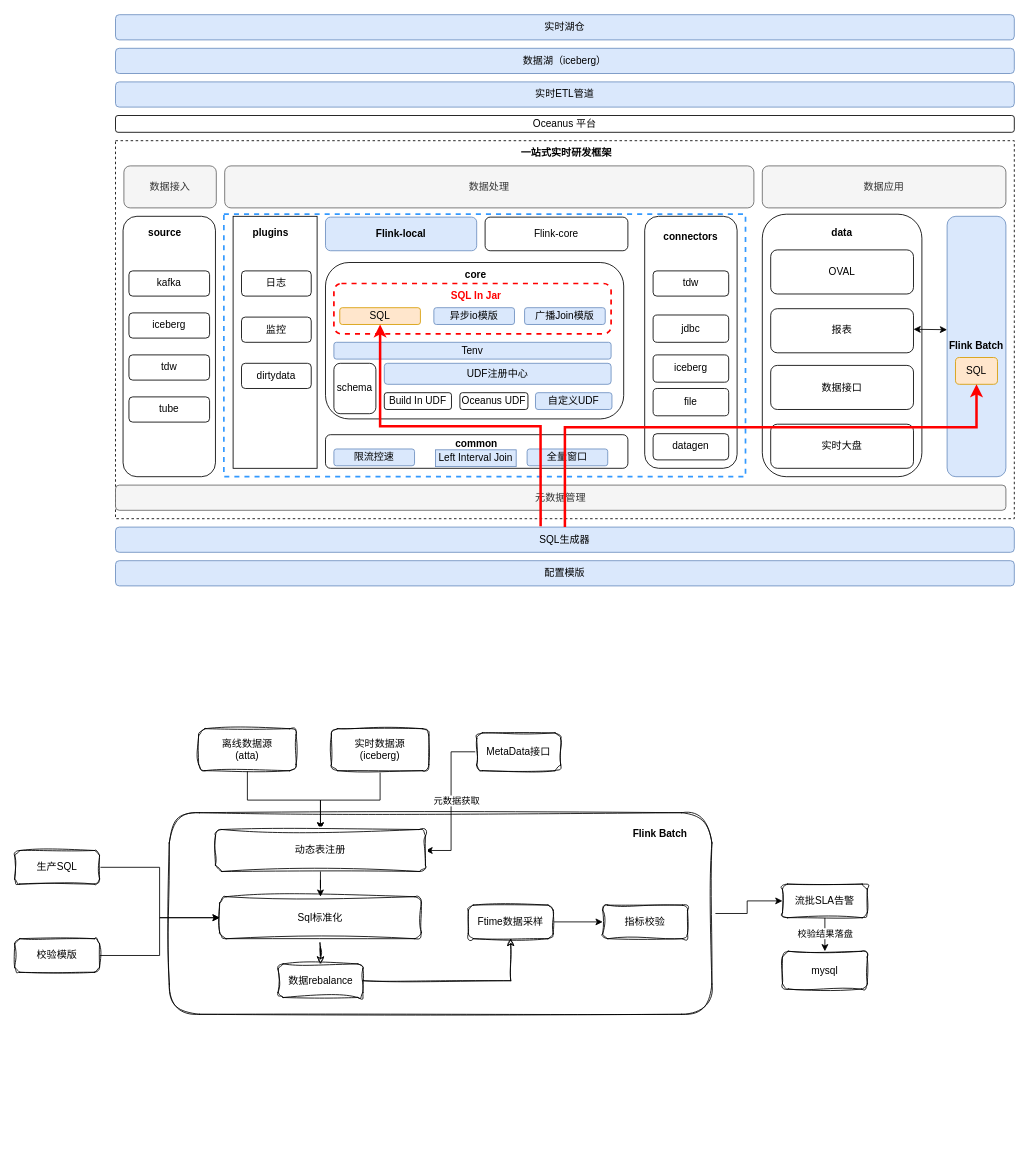
Earlier version of the draw.io diagram page "流批一体框架" (3 of 3) of 实时dataops-实时离线校验链路升级方案.drawio (Arthur-Lanc/drawio). Source tidied: cells renumbered, new cells numbered last; positions are measured from the earlier drawing's top-left corner, leaving out a move shared by most shapes. Both pictures are drawn from the tidied source at 84%, with x=0, y=0 at pixel (14, 14).
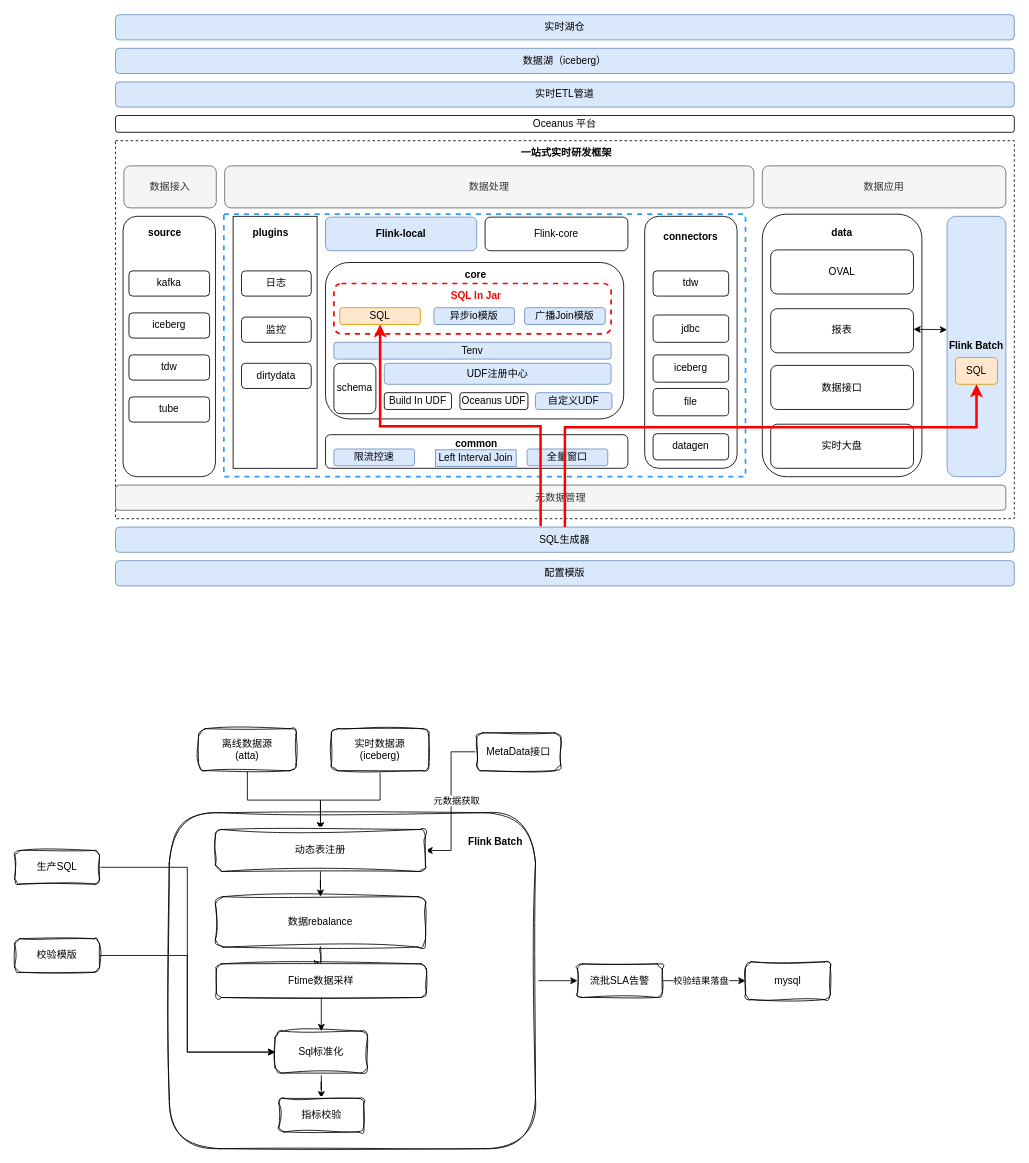
After the change.

Commit message:
更新实时dataops-实时离线校验链路升级方案.drawio

Unchanged cells that the change refers to:
```xml
<mxCell id="89" value="动态表注册" style="rounded=1;whiteSpace=wrap;html=1;sketch=1;curveFitting=1;jiggle=2;shadow=0;" parent="1" vertex="1">
  <mxGeometry x="239" y="970" width="250" height="50" as="geometry" />
</mxCell>
```

The edit, as a diff of the source:
```diff
@@
     <mxCell id="3" style="rounded=1;whiteSpace=wrap;html=1;sketch=1;curveFitting=1;jiggle=2;shadow=0;" parent="1" vertex="1">
-      <mxGeometry x="184" y="950" width="646" height="240" as="geometry" />
+      <mxGeometry x="184" y="950" width="436" height="400" as="geometry" />
     </mxCell>
@@
     <mxCell id="72" value="mysql" style="rounded=1;whiteSpace=wrap;html=1;sketch=1;curveFitting=1;jiggle=2;shadow=0;" parent="1" vertex="1">
-      <mxGeometry x="914" y="1115" width="101" height="45" as="geometry" />
+      <mxGeometry x="870" y="1127.5" width="101" height="45" as="geometry" />
     </mxCell>
     <mxCell id="73" value="&lt;b&gt;Flink Batch&lt;/b&gt;" style="text;html=1;strokeColor=none;fillColor=none;align=center;verticalAlign=middle;whiteSpace=wrap;rounded=0;sketch=1;curveFitting=1;jiggle=2;shadow=0;" parent="1" vertex="1">
-      <mxGeometry x="730" y="960" width="77" height="30" as="geometry" />
+      <mxGeometry x="534" y="970" width="77" height="30" as="geometry" />
     </mxCell>
@@
     <mxCell id="80" value="数据rebalance" style="rounded=1;whiteSpace=wrap;html=1;sketch=1;curveFitting=1;jiggle=2;shadow=0;" parent="1" vertex="1">
-      <mxGeometry x="313.5" y="1130" width="101" height="40" as="geometry" />
+      <mxGeometry x="239" y="1050" width="250" height="60" as="geometry" />
     </mxCell>
-    <mxCell id="81" style="edgeStyle=orthogonalEdgeStyle;rounded=0;jettySize=auto;html=1;" parent="1" edge="1" source="82" target="90">
-      <mxGeometry relative="1" as="geometry" />
-    </mxCell>
+    <mxCell id="91" style="edgeStyle=orthogonalEdgeStyle;rounded=0;jettySize=auto;html=1;" parent="1" edge="1" source="82" target="87">
+      <mxGeometry relative="1" as="geometry" />
+    </mxCell>
     <mxCell id="82" value="Ftime数据采样" style="rounded=1;whiteSpace=wrap;html=1;sketch=1;curveFitting=1;jiggle=2;shadow=0;" parent="1" vertex="1">
-      <mxGeometry x="540" y="1060" width="101" height="40" as="geometry" />
+      <mxGeometry x="240" y="1130" width="250" height="40" as="geometry" />
     </mxCell>
@@
     <mxCell id="85" value="流批SLA告警" style="rounded=1;whiteSpace=wrap;html=1;sketch=1;curveFitting=1;jiggle=2;shadow=0;" parent="1" vertex="1">
-      <mxGeometry x="914" y="1035" width="101" height="40" as="geometry" />
+      <mxGeometry x="670" y="1130" width="101" height="40" as="geometry" />
     </mxCell>
-    <mxCell id="86" style="edgeStyle=orthogonalEdgeStyle;rounded=0;jettySize=auto;html=1;sketch=1;curveFitting=1;jiggle=2;shadow=0;" parent="1" edge="1" source="87" target="80">
-      <mxGeometry relative="1" as="geometry" />
-    </mxCell>
+    <mxCell id="92" style="edgeStyle=orthogonalEdgeStyle;rounded=0;jettySize=auto;html=1;" parent="1" edge="1" source="87" target="90">
+      <mxGeometry relative="1" as="geometry" />
+    </mxCell>
     <mxCell id="87" value="Sql标准化" style="rounded=1;whiteSpace=wrap;html=1;sketch=1;curveFitting=1;jiggle=2;shadow=0;" parent="1" vertex="1">
-      <mxGeometry x="244" y="1050" width="240" height="50" as="geometry" />
+      <mxGeometry x="310" y="1210" width="110" height="50" as="geometry" />
     </mxCell>
-    <mxCell id="88" style="edgeStyle=orthogonalEdgeStyle;rounded=0;jettySize=auto;html=1;" parent="1" edge="1" source="89" target="87">
-      <mxGeometry relative="1" as="geometry" />
-    </mxCell>
+    <mxCell id="93" style="edgeStyle=orthogonalEdgeStyle;rounded=0;jettySize=auto;html=1;" parent="1" edge="1" source="89" target="80">
+      <mxGeometry relative="1" as="geometry" />
+    </mxCell>
@@
     <mxCell id="90" value="指标校验" style="rounded=1;whiteSpace=wrap;html=1;sketch=1;curveFitting=1;jiggle=2;shadow=0;" parent="1" vertex="1">
-      <mxGeometry x="700" y="1060" width="101" height="40" as="geometry" />
+      <mxGeometry x="314.5" y="1290" width="101" height="40" as="geometry" />
     </mxCell>
```
